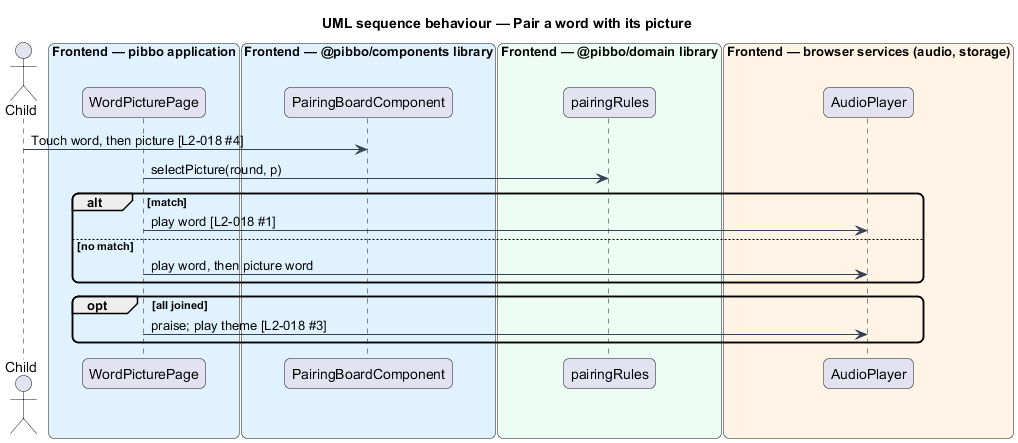
Above: docs/detailed-designs/sound-out/connect-words-to-pictures/diagrams/sequence-pair-word-picture.png in QuinntyneBrown/pibbo (PlantUML), before the change. Source of this version:
```plantuml
@startuml
title UML sequence behaviour — Pair a word with its picture
skinparam backgroundColor #FFFFFF
skinparam shadowing false
skinparam roundcorner 12
skinparam defaultFontName Arial
skinparam ArrowColor #344054
actor "Child" as actor
box "Frontend — pibbo application" #E0F2FE
  participant "WordPicturePage" as page
end box
box "Frontend — @pibbo/components library" #E0F2FE
  participant "PairingBoardComponent" as view
end box
box "Frontend — @pibbo/domain library" #ECFDF3
  participant "pairingRules" as rules
end box
box "Frontend — browser services (audio, storage)" #FFF4E5
  participant "AudioPlayer" as audio
end box
actor -> view : Touch word, then picture [L2-018 #4]
page -> rules : selectPicture(round, p)
alt match
  page -> audio : play word [L2-018 #1]
else no match
  page -> audio : play word, then picture word
end
opt all joined
  page -> audio : praise; play theme [L2-018 #3]
end
@enduml
```
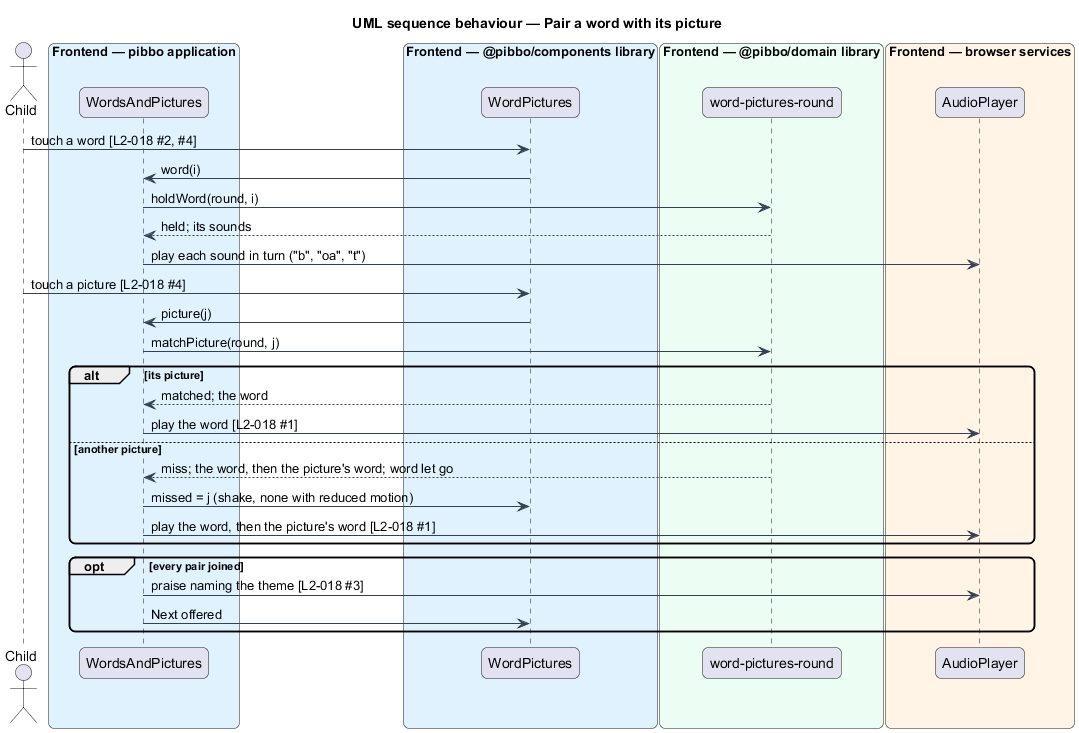
The same diagram one commit later.

Change to the diagram source:
```diff
@@ -7,25 +7,35 @@
 skinparam ArrowColor #344054
 actor "Child" as actor
 box "Frontend — pibbo application" #E0F2FE
-  participant "WordPicturePage" as page
+  participant "WordsAndPictures" as page
 end box
 box "Frontend — @pibbo/components library" #E0F2FE
-  participant "PairingBoardComponent" as view
+  participant "WordPictures" as view
 end box
 box "Frontend — @pibbo/domain library" #ECFDF3
-  participant "pairingRules" as rules
+  participant "word-pictures-round" as rules
 end box
-box "Frontend — browser services (audio, storage)" #FFF4E5
+box "Frontend — browser services" #FFF4E5
   participant "AudioPlayer" as audio
 end box
-actor -> view : Touch word, then picture [L2-018 #4]
-page -> rules : selectPicture(round, p)
-alt match
-  page -> audio : play word [L2-018 #1]
-else no match
-  page -> audio : play word, then picture word
+actor -> view : touch a word [L2-018 #2, #4]
+view -> page : word(i)
+page -> rules : holdWord(round, i)
+rules --> page : held; its sounds
+page -> audio : play each sound in turn ("b", "oa", "t")
+actor -> view : touch a picture [L2-018 #4]
+view -> page : picture(j)
+page -> rules : matchPicture(round, j)
+alt its picture
+  rules --> page : matched; the word
+  page -> audio : play the word [L2-018 #1]
+else another picture
+  rules --> page : miss; the word, then the picture's word; word let go
+  page -> view : missed = j (shake, none with reduced motion)
+  page -> audio : play the word, then the picture's word [L2-018 #1]
 end
-opt all joined
-  page -> audio : praise; play theme [L2-018 #3]
+opt every pair joined
+  page -> audio : praise naming the theme [L2-018 #3]
+  page -> view : Next offered
 end
 @enduml
```
